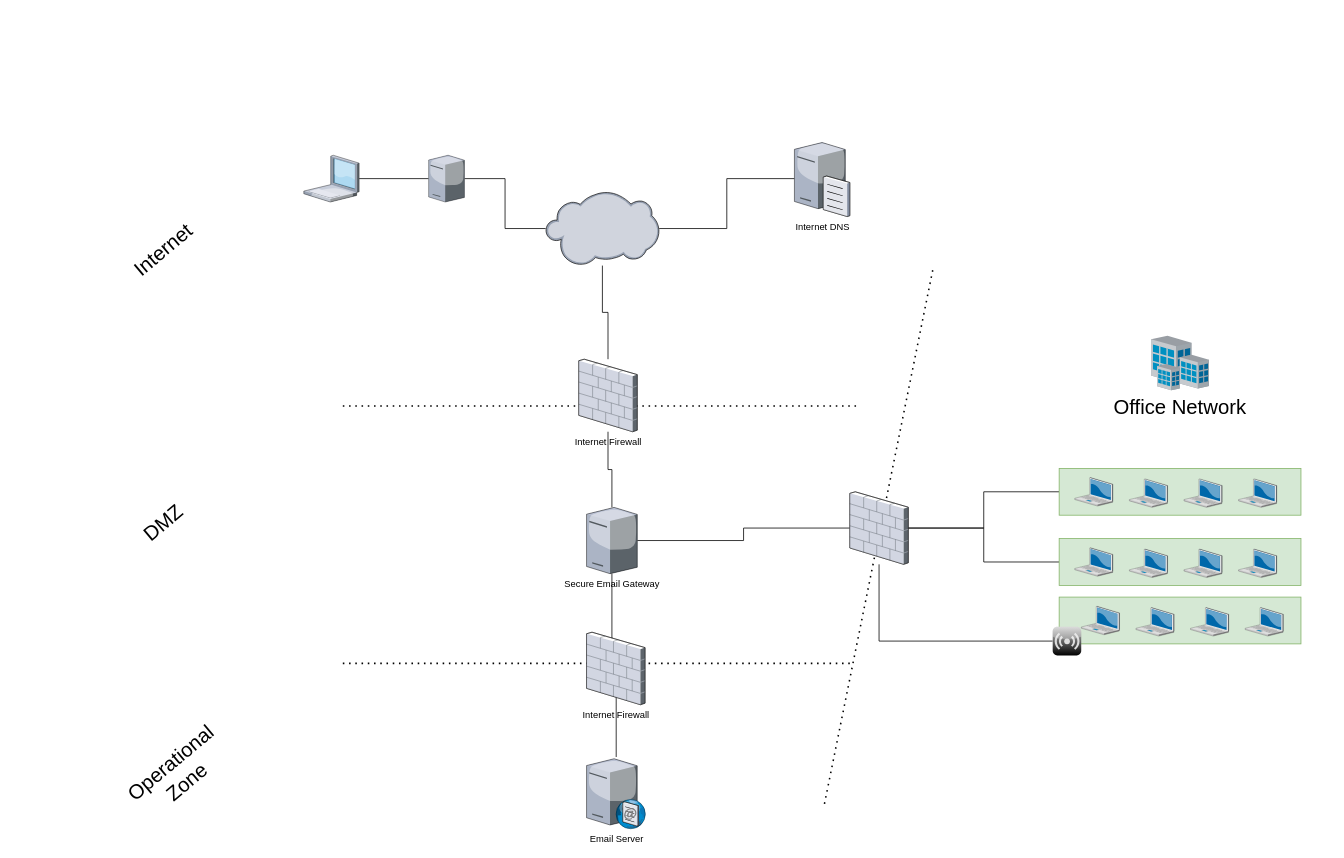
Earlier version of the draw.io diagram page "high level" (2 of 2) of Untitled Diagram.drawio (dachachacha/dotfiles). Source tidied: cells renumbered, new cells numbered last; positions are measured from the earlier drawing's top-left corner, leaving out a move shared by most shapes. Both pictures are drawn from the tidied source at 78%, with x=0, y=0 at pixel (140, 140).
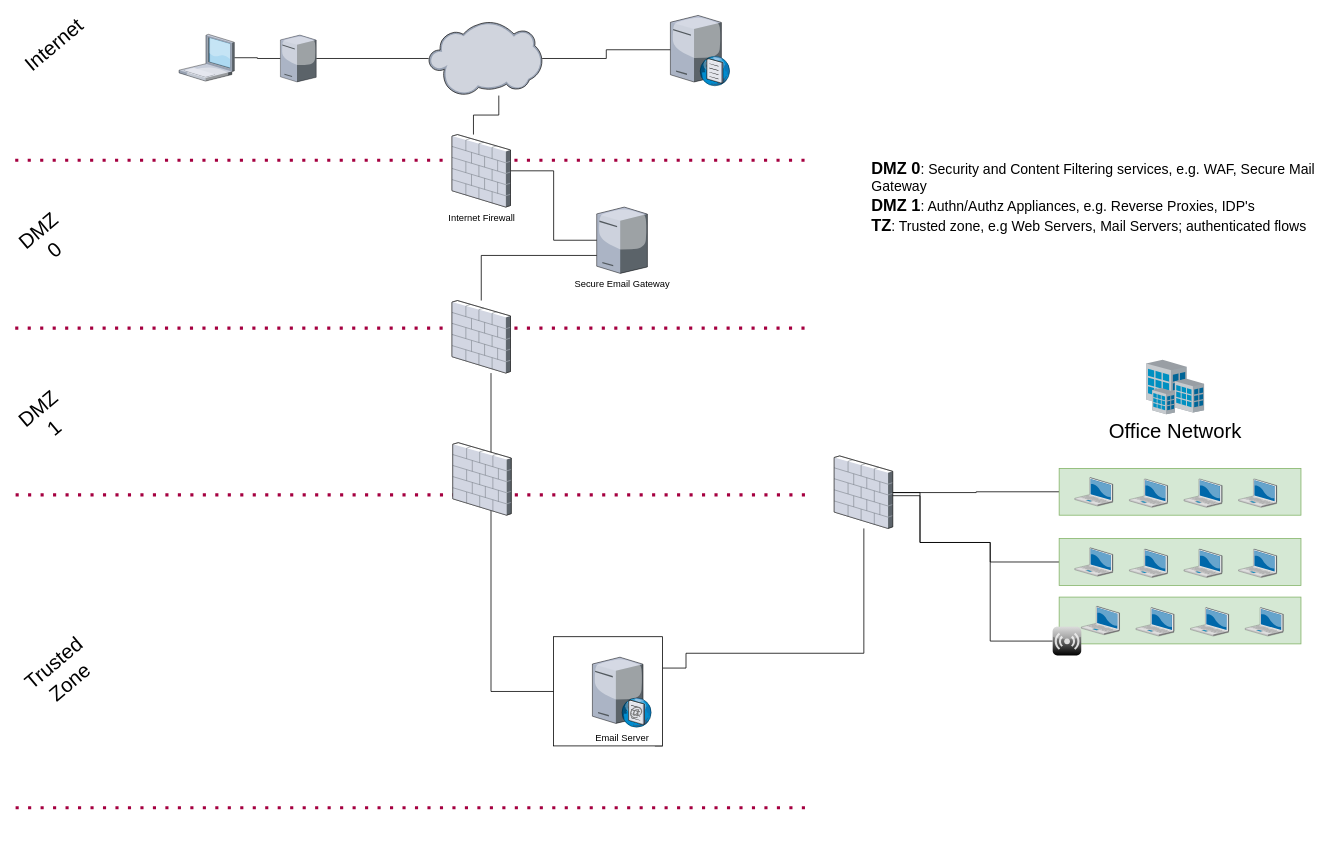
The same page after the edit.

The change refers to these unchanged cells:
```xml
<mxCell id="25" style="rounded=0;whiteSpace=wrap;html=1;fontSize=26;align=left;fillColor=#d5e8d4;strokeColor=#82b366;" parent="1" vertex="1">
  <mxGeometry x="1178.4" y="420" width="310" height="60" as="geometry" />
</mxCell>
<mxCell id="36" style="verticalLabelPosition=bottom;sketch=0;html=1;verticalAlign=top;strokeColor=none;align=center;outlineConnect=0;shape=mxgraph.citrix.role_repeater;fillColor=#CCCCCC;gradientColor=#000000;gradientDirection=south;fontSize=26;" parent="1" vertex="1">
  <mxGeometry x="1170" y="623" width="36.8" height="36.8" as="geometry" />
</mxCell>
<mxCell id="38" style="rounded=0;whiteSpace=wrap;html=1;fontSize=26;align=left;fillColor=#d5e8d4;strokeColor=#82b366;" parent="1" vertex="1">
  <mxGeometry x="1178.4" y="510" width="310" height="60" as="geometry" />
</mxCell>
```

Change to the diagram source:
```diff
@@
-    <mxCell id="2" style="endArrow=none;dashed=1;html=1;dashPattern=1 3;strokeWidth=2;rounded=0;fontSize=26;" parent="1" edge="1">
-      <mxGeometry relative="1" as="geometry">
-        <mxPoint x="877.5" y="850" as="sourcePoint" />
-        <mxPoint x="1017.5" y="160" as="targetPoint" />
-      </mxGeometry>
-    </mxCell>
-    <mxCell id="3" style="endArrow=none;dashed=1;html=1;dashPattern=1 3;strokeWidth=2;rounded=0;" parent="1" edge="1">
-      <mxGeometry relative="1" as="geometry">
-        <mxPoint x="260" y="340" as="sourcePoint" />
-        <mxPoint x="920" y="340" as="targetPoint" />
-      </mxGeometry>
-    </mxCell>
@@
     <mxCell id="5" style="verticalLabelPosition=bottom;sketch=0;html=1;verticalAlign=top;strokeColor=none;align=center;outlineConnect=0;shape=mxgraph.citrix.laptop_1;" parent="1" vertex="1">
-      <mxGeometry x="210" y="18.5" width="70.9" height="60" as="geometry" />
+      <mxGeometry x="50" y="-136.5" width="70.9" height="60" as="geometry" />
     </mxCell>
@@
     <mxCell id="7" style="verticalLabelPosition=bottom;sketch=0;html=1;verticalAlign=top;strokeColor=none;align=center;outlineConnect=0;shape=mxgraph.citrix.license_server;" parent="1" vertex="1">
-      <mxGeometry x="370" y="18.5" width="45.9" height="60" as="geometry" />
+      <mxGeometry x="180" y="-135.5" width="45.9" height="60" as="geometry" />
     </mxCell>
-    <mxCell id="8" style="edgeStyle=orthogonalEdgeStyle;rounded=0;jettySize=auto;html=1;endArrow=none;endFill=0;" parent="1" edge="1" source="10" target="11">
+    <mxCell id="8" style="edgeStyle=orthogonalEdgeStyle;rounded=0;jettySize=auto;html=1;endArrow=none;endFill=0;" parent="1" edge="1" source="10" target="49">
       <mxGeometry relative="1" as="geometry" />
     </mxCell>
-    <mxCell id="9" style="edgeStyle=orthogonalEdgeStyle;rounded=0;jettySize=auto;html=1;endArrow=none;endFill=0;" parent="1" edge="1" source="10" target="13">
-      <mxGeometry relative="1" as="geometry" />
+    <mxCell id="9" style="edgeStyle=orthogonalEdgeStyle;rounded=0;jettySize=auto;html=1;endArrow=none;endFill=0;" parent="1" edge="1" source="10">
+      <mxGeometry relative="1" as="geometry">
+        <mxPoint x="427.5" y="-8" as="targetPoint" />
+        <Array as="points">
+          <mxPoint x="460" y="-33" />
+          <mxPoint x="428" y="-33" />
+        </Array>
+      </mxGeometry>
     </mxCell>
     <mxCell id="10" style="verticalLabelPosition=bottom;sketch=0;html=1;verticalAlign=top;strokeColor=none;align=center;outlineConnect=0;shape=mxgraph.citrix.cloud;" parent="1" vertex="1">
-      <mxGeometry x="520" y="65" width="145.6" height="95" as="geometry" />
+      <mxGeometry x="370" y="-153" width="145.6" height="95" as="geometry" />
     </mxCell>
-    <mxCell id="11" value="Internet DNS" style="verticalLabelPosition=bottom;sketch=0;html=1;verticalAlign=top;strokeColor=none;align=center;outlineConnect=0;shape=mxgraph.citrix.file_server;" parent="1" vertex="1">
-      <mxGeometry x="839" width="71" height="97" as="geometry" />
-    </mxCell>
-    <mxCell id="12" style="edgeStyle=orthogonalEdgeStyle;rounded=0;jettySize=auto;html=1;endArrow=none;endFill=0;" parent="1" edge="1" source="13" target="17">
-      <mxGeometry relative="1" as="geometry" />
-    </mxCell>
-    <mxCell id="13" value="Internet Firewall" style="verticalLabelPosition=bottom;sketch=0;html=1;verticalAlign=top;strokeColor=none;align=center;outlineConnect=0;shape=mxgraph.citrix.firewall;" parent="1" vertex="1">
-      <mxGeometry x="562.5" y="280" width="75" height="93" as="geometry" />
-    </mxCell>
-    <mxCell id="14" value="Email Server" style="verticalLabelPosition=bottom;sketch=0;html=1;verticalAlign=top;strokeColor=none;align=center;outlineConnect=0;shape=mxgraph.citrix.smtp_server;" parent="1" vertex="1">
-      <mxGeometry x="572.5" y="790" width="76" height="92" as="geometry" />
-    </mxCell>
-    <mxCell id="15" style="edgeStyle=orthogonalEdgeStyle;rounded=0;jettySize=auto;html=1;endArrow=none;endFill=0;" parent="1" edge="1" source="17" target="14">
-      <mxGeometry relative="1" as="geometry" />
+    <mxCell id="15" style="edgeStyle=orthogonalEdgeStyle;rounded=0;jettySize=auto;html=1;endArrow=none;endFill=0;" parent="1" edge="1" source="53" target="14">
+      <mxGeometry relative="1" as="geometry">
+        <Array as="points">
+          <mxPoint x="450" y="706" />
+        </Array>
+      </mxGeometry>
     </mxCell>
-    <mxCell id="16" style="edgeStyle=orthogonalEdgeStyle;rounded=0;jettySize=auto;html=1;fontSize=26;endArrow=none;endFill=0;" parent="1" edge="1" source="17" target="24">
-      <mxGeometry relative="1" as="geometry" />
+    <mxCell id="16" style="edgeStyle=orthogonalEdgeStyle;rounded=0;jettySize=auto;html=1;fontSize=26;endArrow=none;endFill=0;" parent="1" edge="1" source="45" target="24">
+      <mxGeometry relative="1" as="geometry">
+        <Array as="points">
+          <mxPoint x="700" y="676" />
+          <mxPoint x="700" y="657" />
+          <mxPoint x="928" y="657" />
+        </Array>
+      </mxGeometry>
     </mxCell>
     <mxCell id="17" value="Secure Email Gateway" style="verticalLabelPosition=bottom;sketch=0;html=1;verticalAlign=top;strokeColor=none;align=center;outlineConnect=0;shape=mxgraph.citrix.license_server;" parent="1" vertex="1">
-      <mxGeometry x="572.5" y="470" width="65" height="85" as="geometry" />
+      <mxGeometry x="585.5" y="85" width="65" height="85" as="geometry" />
     </mxCell>
     <mxCell id="18" value="&lt;font style=&quot;font-size: 26px;&quot;&gt;Internet&lt;/font&gt;" style="text;html=1;strokeColor=none;fillColor=none;align=center;verticalAlign=middle;whiteSpace=wrap;rounded=0;rotation=-40;" parent="1" vertex="1">
-      <mxGeometry y="120" width="60" height="40" as="geometry" />
+      <mxGeometry x="-140" y="-143" width="60" height="40" as="geometry" />
     </mxCell>
-    <mxCell id="19" value="&lt;font style=&quot;&quot;&gt;&lt;font style=&quot;font-size: 26px;&quot;&gt;DMZ&lt;/font&gt;&lt;br&gt;&lt;/font&gt;" style="text;html=1;strokeColor=none;fillColor=none;align=center;verticalAlign=middle;whiteSpace=wrap;rounded=0;rotation=-40;" parent="1" vertex="1">
-      <mxGeometry y="470" width="60" height="40" as="geometry" />
+    <mxCell id="19" value="&lt;font style=&quot;&quot;&gt;&lt;font style=&quot;font-size: 26px;&quot;&gt;DMZ 1&lt;/font&gt;&lt;br&gt;&lt;/font&gt;" style="text;html=1;strokeColor=none;fillColor=none;align=center;verticalAlign=middle;whiteSpace=wrap;rounded=0;rotation=-40;" parent="1" vertex="1">
+      <mxGeometry x="-150" y="336" width="60" height="40" as="geometry" />
     </mxCell>
-    <mxCell id="20" style="endArrow=none;dashed=1;html=1;dashPattern=1 3;strokeWidth=2;rounded=0;" parent="1" edge="1">
-      <mxGeometry relative="1" as="geometry">
-        <mxPoint x="260" y="670" as="sourcePoint" />
-        <mxPoint x="910" y="670" as="targetPoint" />
-      </mxGeometry>
-    </mxCell>
-    <mxCell id="21" value="&lt;font style=&quot;&quot;&gt;&lt;font style=&quot;font-size: 26px;&quot;&gt;&amp;nbsp;Operational&amp;nbsp; Zone&lt;/font&gt;&lt;br&gt;&lt;/font&gt;" style="text;html=1;strokeColor=none;fillColor=none;align=center;verticalAlign=middle;whiteSpace=wrap;rounded=0;rotation=-40;" parent="1" vertex="1">
-      <mxGeometry x="20" y="790" width="60" height="40" as="geometry" />
+    <mxCell id="21" value="&lt;font style=&quot;&quot;&gt;&lt;span style=&quot;font-size: 26px;&quot;&gt;Trusted Zone&lt;/span&gt;&lt;br&gt;&lt;/font&gt;" style="text;html=1;strokeColor=none;fillColor=none;align=center;verticalAlign=middle;whiteSpace=wrap;rounded=0;rotation=-40;" parent="1" vertex="1">
+      <mxGeometry x="-130" y="662" width="60" height="40" as="geometry" />
     </mxCell>
-    <mxCell id="22" value="Internet Firewall" style="verticalLabelPosition=bottom;sketch=0;html=1;verticalAlign=top;strokeColor=none;align=center;shape=mxgraph.citrix.firewall;" parent="1" vertex="1">
-      <mxGeometry x="572.5" y="630" width="75" height="93" as="geometry" />
-    </mxCell>
     <mxCell id="23" style="edgeStyle=orthogonalEdgeStyle;rounded=0;jettySize=auto;html=1;fontSize=26;endArrow=none;endFill=0;" parent="1" edge="1" source="25" target="24">
-      <mxGeometry relative="1" as="geometry" />
+      <mxGeometry relative="1" as="geometry">
+        <Array as="points">
+          <mxPoint x="1072" y="450" />
+          <mxPoint x="1072" y="451" />
+        </Array>
+      </mxGeometry>
     </mxCell>
     <mxCell id="24" style="verticalLabelPosition=bottom;sketch=0;html=1;verticalAlign=top;strokeColor=none;align=center;outlineConnect=0;shape=mxgraph.citrix.firewall;fontSize=26;" parent="1" vertex="1">
-      <mxGeometry x="910" y="450" width="75" height="93" as="geometry" />
+      <mxGeometry x="890" y="404" width="75" height="93" as="geometry" />
     </mxCell>
@@
     <mxCell id="35" style="edgeStyle=orthogonalEdgeStyle;rounded=0;jettySize=auto;html=1;fontSize=26;endArrow=none;endFill=0;" parent="1" edge="1" source="36" target="24">
-      <mxGeometry relative="1" as="geometry" />
+      <mxGeometry relative="1" as="geometry">
+        <Array as="points">
+          <mxPoint x="1090" y="641" />
+          <mxPoint x="1090" y="515" />
+          <mxPoint x="1000" y="515" />
+          <mxPoint x="1000" y="455" />
+        </Array>
+      </mxGeometry>
     </mxCell>
@@
-    <mxCell id="37" style="edgeStyle=orthogonalEdgeStyle;rounded=0;jettySize=auto;html=1;fontSize=26;endArrow=none;endFill=0;" parent="1" edge="1" source="38" target="24">
-      <mxGeometry relative="1" as="geometry" />
+    <mxCell id="37" style="edgeStyle=orthogonalEdgeStyle;rounded=0;jettySize=auto;html=1;fontSize=12;endArrow=none;endFill=0;strokeWidth=1;" parent="1" edge="1" source="38" target="24">
+      <mxGeometry relative="1" as="geometry">
+        <Array as="points">
+          <mxPoint x="1090" y="540" />
+          <mxPoint x="1090" y="515" />
+          <mxPoint x="1000" y="515" />
+          <mxPoint x="1000" y="451" />
+        </Array>
+      </mxGeometry>
     </mxCell>
@@
     <mxCell id="43" value="Office Network" style="verticalLabelPosition=bottom;sketch=0;html=1;verticalAlign=top;strokeColor=none;align=center;shape=mxgraph.citrix.site;fontSize=26;" parent="1" vertex="1">
-      <mxGeometry x="1296.3" y="250" width="74.2" height="70" as="geometry" />
+      <mxGeometry x="1290" y="280.8" width="74.2" height="70" as="geometry" />
     </mxCell>
+    <mxCell id="44" style="edgeStyle=orthogonalEdgeStyle;rounded=0;orthogonalLoop=1;jettySize=auto;html=1;exitX=1;exitY=1;exitDx=0;exitDy=0;entryX=0.929;entryY=0.993;entryDx=0;entryDy=0;entryPerimeter=0;fontSize=12;endArrow=none;endFill=0;" parent="1" edge="1" source="45" target="45">
+      <mxGeometry relative="1" as="geometry" />
+    </mxCell>
+    <mxCell id="45" style="whiteSpace=wrap;html=1;fontSize=12;" parent="1" vertex="1">
+      <mxGeometry x="530" y="635.8" width="140" height="140" as="geometry" />
+    </mxCell>
+    <mxCell id="14" value="Email Server" style="verticalLabelPosition=bottom;sketch=0;html=1;verticalAlign=top;strokeColor=none;align=center;outlineConnect=0;shape=mxgraph.citrix.smtp_server;" parent="1" vertex="1">
+      <mxGeometry x="580" y="659.8" width="76" height="92" as="geometry" />
+    </mxCell>
+    <mxCell id="46" style="endArrow=none;dashed=1;html=1;dashPattern=1 3;strokeWidth=4;rounded=0;fontSize=12;fillColor=#d80073;strokeColor=#A50040;" parent="1" edge="1">
+      <mxGeometry relative="1" as="geometry">
+        <mxPoint x="-160" y="25" as="sourcePoint" />
+        <mxPoint x="860" y="25" as="targetPoint" />
+      </mxGeometry>
+    </mxCell>
+    <mxCell id="12" style="edgeStyle=orthogonalEdgeStyle;rounded=0;jettySize=auto;html=1;fontSize=12;endArrow=none;endFill=0;strokeWidth=1;" parent="1" edge="1" source="13" target="17">
+      <mxGeometry relative="1" as="geometry" />
+    </mxCell>
+    <mxCell id="13" value="Internet Firewall" style="verticalLabelPosition=bottom;sketch=0;html=1;verticalAlign=top;strokeColor=none;align=center;outlineConnect=0;shape=mxgraph.citrix.firewall;" parent="1" vertex="1">
+      <mxGeometry x="400" y="-8" width="75" height="93" as="geometry" />
+    </mxCell>
+    <mxCell id="47" style="endArrow=none;dashed=1;html=1;dashPattern=1 3;strokeWidth=4;rounded=0;fontSize=12;fillColor=#d80073;strokeColor=#A50040;" parent="1" edge="1">
+      <mxGeometry relative="1" as="geometry">
+        <mxPoint x="-159.5" y="454" as="sourcePoint" />
+        <mxPoint x="860.5" y="454" as="targetPoint" />
+      </mxGeometry>
+    </mxCell>
+    <mxCell id="22" style="verticalLabelPosition=bottom;sketch=0;html=1;verticalAlign=top;strokeColor=none;align=center;shape=mxgraph.citrix.firewall;" parent="1" vertex="1">
+      <mxGeometry x="401" y="387" width="75" height="93" as="geometry" />
+    </mxCell>
+    <mxCell id="48" style="endArrow=none;dashed=1;html=1;dashPattern=1 3;strokeWidth=4;rounded=0;fontSize=12;fillColor=#d80073;strokeColor=#A50040;" parent="1" edge="1">
+      <mxGeometry relative="1" as="geometry">
+        <mxPoint x="-159.5" y="855" as="sourcePoint" />
+        <mxPoint x="860.5" y="855" as="targetPoint" />
+      </mxGeometry>
+    </mxCell>
+    <mxCell id="49" style="verticalLabelPosition=bottom;sketch=0;html=1;verticalAlign=top;strokeColor=none;align=center;outlineConnect=0;shape=mxgraph.citrix.dns_server;fontSize=12;" parent="1" vertex="1">
+      <mxGeometry x="680" y="-163" width="76.5" height="92.5" as="geometry" />
+    </mxCell>
+    <mxCell id="50" style="endArrow=none;dashed=1;html=1;dashPattern=1 3;strokeWidth=4;rounded=0;fontSize=12;fillColor=#d80073;strokeColor=#A50040;" parent="1" edge="1">
+      <mxGeometry relative="1" as="geometry">
+        <mxPoint x="-160" y="240.2" as="sourcePoint" />
+        <mxPoint x="860" y="240.2" as="targetPoint" />
+      </mxGeometry>
+    </mxCell>
+    <mxCell id="51" value="&lt;font style=&quot;&quot;&gt;&lt;font style=&quot;font-size: 26px;&quot;&gt;DMZ 0&lt;/font&gt;&lt;br&gt;&lt;/font&gt;" style="text;html=1;strokeColor=none;fillColor=none;align=center;verticalAlign=middle;whiteSpace=wrap;rounded=0;rotation=-40;" parent="1" vertex="1">
+      <mxGeometry x="-150" y="109.6" width="60" height="35.8" as="geometry" />
+    </mxCell>
+    <mxCell id="52" style="edgeStyle=orthogonalEdgeStyle;rounded=0;jettySize=auto;html=1;fontSize=12;endArrow=none;endFill=0;strokeWidth=1;" parent="1" edge="1" source="53" target="17">
+      <mxGeometry relative="1" as="geometry">
+        <Array as="points">
+          <mxPoint x="438" y="147" />
+        </Array>
+      </mxGeometry>
+    </mxCell>
+    <mxCell id="53" style="verticalLabelPosition=bottom;sketch=0;html=1;verticalAlign=top;strokeColor=none;align=center;outlineConnect=0;shape=mxgraph.citrix.firewall;" parent="1" vertex="1">
+      <mxGeometry x="400" y="204.8" width="75" height="93" as="geometry" />
+    </mxCell>
+    <mxCell id="54" value="&lt;font style=&quot;&quot;&gt;&lt;b style=&quot;&quot;&gt;&lt;font style=&quot;font-size: 21px;&quot;&gt;DMZ 0&lt;/font&gt;&lt;/b&gt;&lt;span style=&quot;font-size: 18px;&quot;&gt;: Security and Content Filtering services, e.g. WAF, Secure Mail Gateway&lt;/span&gt;&lt;br&gt;&lt;font style=&quot;font-size: 21px;&quot;&gt;&lt;b&gt;DMZ 1&lt;/b&gt;&lt;/font&gt;&lt;span style=&quot;font-size: 18px;&quot;&gt;: Authn/Authz Appliances, e.g. Reverse Proxies, IDP's&lt;/span&gt;&lt;br&gt;&lt;b style=&quot;&quot;&gt;&lt;font style=&quot;font-size: 21px;&quot;&gt;TZ&lt;/font&gt;&lt;/b&gt;&lt;span style=&quot;font-size: 18px;&quot;&gt;: Trusted zone, e.g Web Servers, Mail Servers; authenticated flows&lt;/span&gt;&lt;br&gt;&lt;/font&gt;" style="text;html=1;strokeColor=none;fillColor=none;align=left;verticalAlign=middle;whiteSpace=wrap;rounded=0;fontSize=12;rotation=0;" parent="1" vertex="1">
+      <mxGeometry x="936.2" y="57" width="590" height="30" as="geometry" />
+    </mxCell>
```
